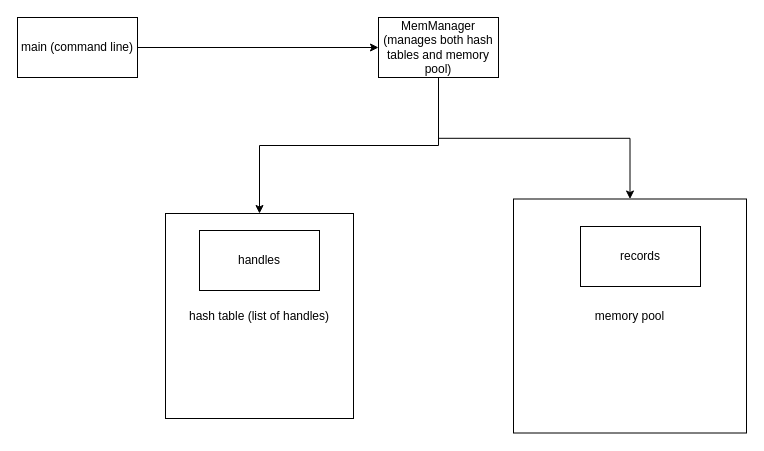
Before: UNderstanding.drawio in aayushbagrecha/DSA, a draw.io diagram. Source tidied: cells renumbered, new cells numbered last; positions are measured from the earlier drawing's top-left corner, leaving out a move shared by most shapes. Both pictures are drawn from the tidied source at 100%, with x=0, y=0 at pixel (17, 17).
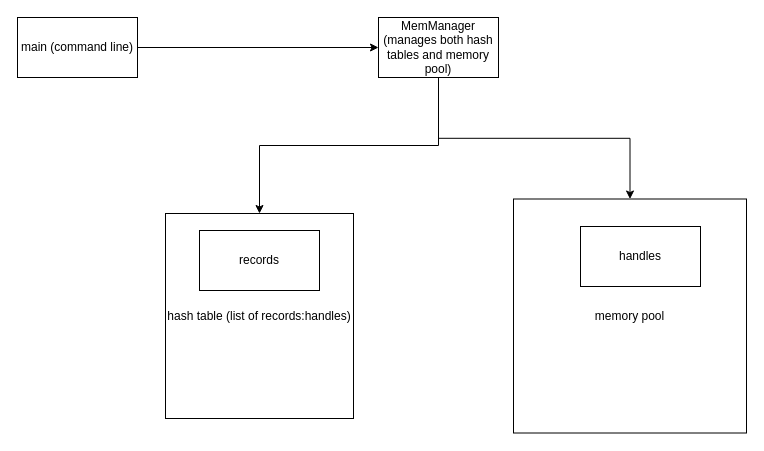
The same page after the edit.

Diff of the diagram source:
```diff
@@
 <mxGraphModel>
   <root>
     <mxCell id="0" />
     <mxCell id="1" parent="0" />
     <mxCell id="2" value="memory pool" style="whiteSpace=wrap;html=1;" parent="1" vertex="1">
       <mxGeometry x="496" y="181.5" width="233" height="234" as="geometry" />
     </mxCell>
-    <mxCell id="3" value="records" style="whiteSpace=wrap;html=1;" parent="1" vertex="1">
+    <mxCell id="3" value="handles" style="whiteSpace=wrap;html=1;" parent="1" vertex="1">
       <mxGeometry x="563" y="209" width="120" height="60" as="geometry" />
     </mxCell>
     <mxCell id="4" style="edgeStyle=orthogonalEdgeStyle;rounded=0;jettySize=auto;html=1;exitX=1;exitY=0.5;exitDx=0;exitDy=0;entryX=0;entryY=0.5;entryDx=0;entryDy=0;" parent="1" edge="1" source="5" target="10">
       <mxGeometry relative="1" as="geometry" />
     </mxCell>
     <mxCell id="5" value="main (command line)" style="whiteSpace=wrap;html=1;" parent="1" vertex="1">
       <mxGeometry width="120" height="60" as="geometry" />
     </mxCell>
-    <mxCell id="6" value="hash table (list of handles)" style="whiteSpace=wrap;html=1;" parent="1" vertex="1">
+    <mxCell id="6" value="hash table (list of records:handles)" style="whiteSpace=wrap;html=1;" parent="1" vertex="1">
       <mxGeometry x="148" y="196" width="188" height="205" as="geometry" />
     </mxCell>
-    <mxCell id="7" value="handles" style="whiteSpace=wrap;html=1;" parent="1" vertex="1">
+    <mxCell id="7" value="records" style="whiteSpace=wrap;html=1;" parent="1" vertex="1">
       <mxGeometry x="182" y="213" width="120" height="60" as="geometry" />
     </mxCell>
     <mxCell id="8" style="edgeStyle=orthogonalEdgeStyle;rounded=0;jettySize=auto;html=1;exitX=0.5;exitY=1;exitDx=0;exitDy=0;" parent="1" edge="1" source="10" target="6">
       <mxGeometry relative="1" as="geometry" />
     </mxCell>
     <mxCell id="9" style="edgeStyle=orthogonalEdgeStyle;rounded=0;jettySize=auto;html=1;exitX=0.5;exitY=1;exitDx=0;exitDy=0;" parent="1" edge="1" source="10" target="2">
       <mxGeometry relative="1" as="geometry" />
     </mxCell>
     <mxCell id="10" value="MemManager&lt;br&gt;(manages both hash tables and memory pool)" style="whiteSpace=wrap;html=1;" parent="1" vertex="1">
       <mxGeometry x="361" width="120" height="60" as="geometry" />
     </mxCell>
   </root>
 </mxGraphModel>
```
